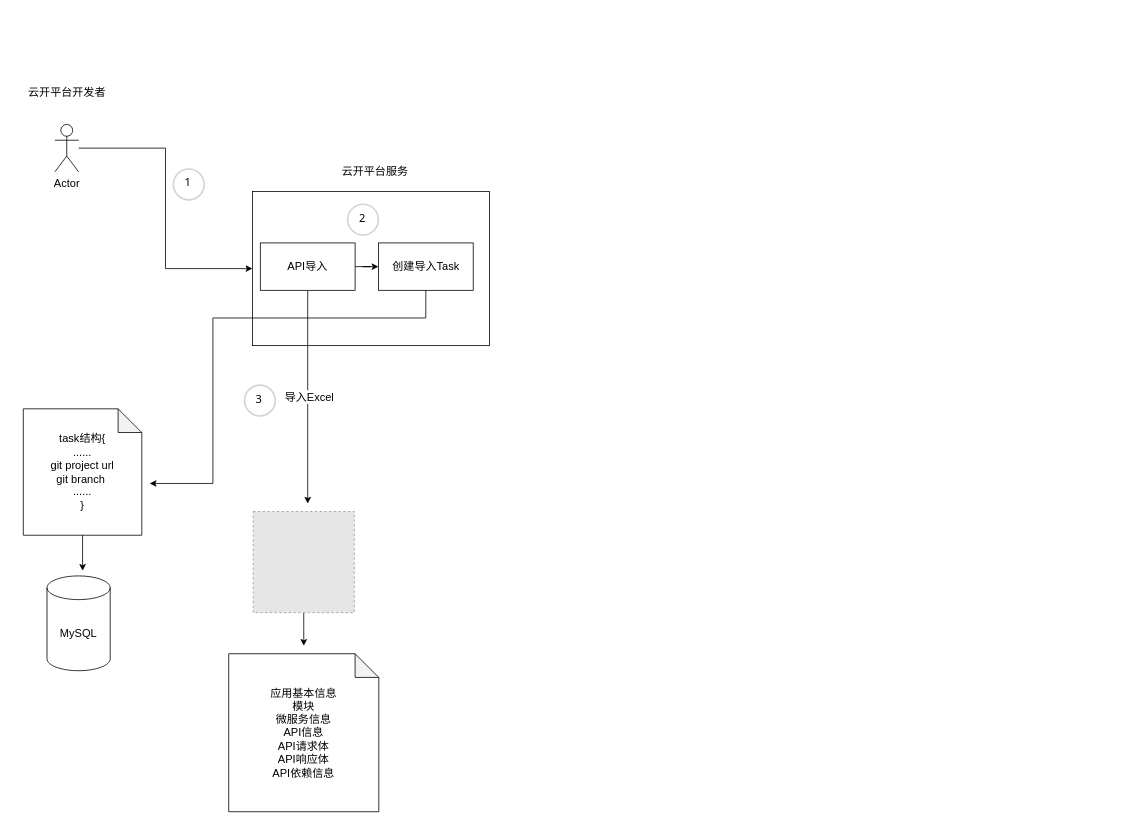
Earlier version of the draw.io diagram 迁移工具API导入流程.drawio (strongant/android). Source tidied: cells renumbered, new cells numbered last; positions are measured from the earlier drawing's top-left corner, leaving out a move shared by most shapes. Both pictures are drawn from the tidied source at 79%, with x=0, y=0 at pixel (13, 85). Pictures stored in the file or linked from it are replaced by grey dashed boxes.
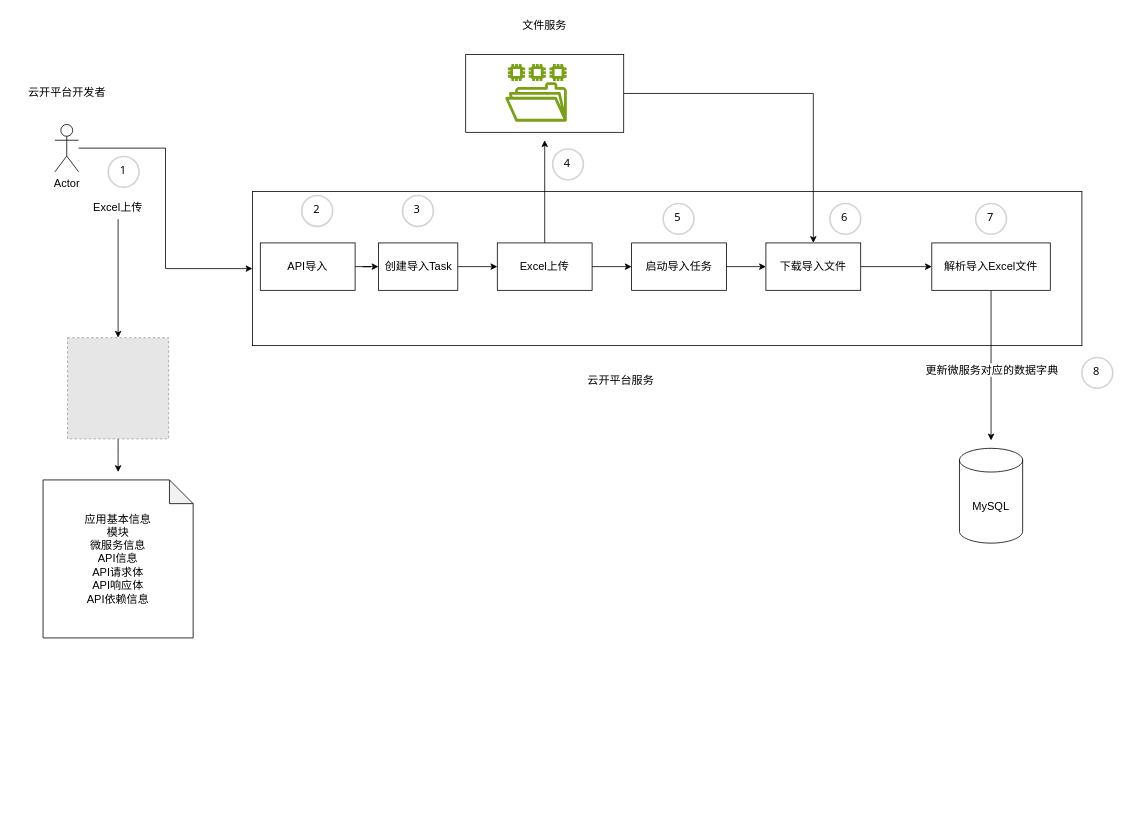
The same page after the edit.

Commit message:
Update 迁移工具API导入流程.drawio

The change refers to these unchanged cells:
```xml
<mxCell id="11" value="API导入" style="rounded=0;whiteSpace=wrap;html=1;fontSize=14;" parent="1" vertex="1">
  <mxGeometry x="312" y="200" width="120" height="60" as="geometry" />
</mxCell>
```

Change to the diagram source:
```diff
@@
     <mxCell id="2" style="rounded=0;whiteSpace=wrap;html=1;fontSize=14;" parent="1" vertex="1">
-      <mxGeometry x="302" y="135" width="300" height="195" as="geometry" />
+      <mxGeometry x="302" y="135" width="1050" height="195" as="geometry" />
     </mxCell>
     <mxCell id="3" value="云开平台服务" style="text;html=1;align=center;verticalAlign=middle;whiteSpace=wrap;rounded=0;fontSize=14;" parent="1" vertex="1">
-      <mxGeometry x="364.5" y="100" width="185" height="20" as="geometry" />
+      <mxGeometry x="676" y="364" width="185" height="20" as="geometry" />
     </mxCell>
@@
-    <mxCell id="7" value="task结构{&lt;div style=&quot;font-size: 14px;&quot;&gt;......&lt;br style=&quot;font-size: 14px;&quot;&gt;&lt;div style=&quot;font-size: 14px;&quot;&gt;git project url&lt;/div&gt;&lt;div style=&quot;font-size: 14px;&quot;&gt;git branch&amp;nbsp;&lt;/div&gt;&lt;div style=&quot;font-size: 14px;&quot;&gt;......&lt;/div&gt;&lt;div style=&quot;font-size: 14px;&quot;&gt;&lt;span style=&quot;background-color: initial; font-size: 14px;&quot;&gt;}&lt;/span&gt;&lt;br style=&quot;font-size: 14px;&quot;&gt;&lt;/div&gt;&lt;/div&gt;" style="shape=note;whiteSpace=wrap;html=1;backgroundOutline=1;darkOpacity=0.05;fontSize=14;" parent="1" vertex="1">
-      <mxGeometry x="12" y="410" width="150" height="160" as="geometry" />
-    </mxCell>
-    <mxCell id="8" style="edgeStyle=orthogonalEdgeStyle;rounded=0;jettySize=auto;html=1;" parent="1" edge="1" source="11" target="20">
+    <mxCell id="8" style="edgeStyle=orthogonalEdgeStyle;rounded=0;jettySize=auto;html=1;fontSize=14;" parent="1" edge="1" source="11" target="20">
       <mxGeometry relative="1" as="geometry" />
     </mxCell>
-    <mxCell id="9" style="edgeStyle=orthogonalEdgeStyle;rounded=0;jettySize=auto;html=1;" parent="1" edge="1" source="11">
-      <mxGeometry relative="1" as="geometry">
-        <mxPoint x="372" y="530" as="targetPoint" />
-      </mxGeometry>
-    </mxCell>
-    <mxCell id="10" value="&amp;nbsp;导入Excel" style="edgeLabel;html=1;align=center;verticalAlign=middle;fontSize=14;" parent="9" vertex="1">
-      <mxGeometry x="-0.01" y="-1" relative="1" as="geometry" />
-    </mxCell>
@@
-    <mxCell id="12" style="edgeStyle=orthogonalEdgeStyle;rounded=0;jettySize=auto;html=1;" parent="1" edge="1" source="13">
+    <mxCell id="12" style="edgeStyle=orthogonalEdgeStyle;rounded=0;jettySize=auto;html=1;fontSize=14;" parent="1" edge="1" source="13">
       <mxGeometry relative="1" as="geometry">
-        <mxPoint x="367" y="710" as="targetPoint" />
+        <mxPoint x="132" y="490" as="targetPoint" />
       </mxGeometry>
     </mxCell>
     <mxCell id="13" style="fillColor=#E6E6E6;strokeColor=#999999;dashed=1;html=1;verticalAlign=top;verticalLabelPosition=bottom;labelBackgroundColor=#ffffff;fontSize=14;" parent="1" vertex="1">
-      <mxGeometry x="303" y="540" width="128" height="128" as="geometry" />
+      <mxGeometry x="68" y="320" width="128" height="128" as="geometry" />
     </mxCell>
     <mxCell id="14" value="应用基本信息&lt;div style=&quot;font-size: 14px;&quot;&gt;模块&lt;/div&gt;&lt;div style=&quot;font-size: 14px;&quot;&gt;微服务信息&lt;/div&gt;&lt;div style=&quot;font-size: 14px;&quot;&gt;API信息&lt;/div&gt;&lt;div style=&quot;font-size: 14px;&quot;&gt;API请求体&lt;br style=&quot;font-size: 14px;&quot;&gt;API响应体&lt;br style=&quot;font-size: 14px;&quot;&gt;API依赖信息&lt;/div&gt;" style="shape=note;whiteSpace=wrap;html=1;backgroundOutline=1;darkOpacity=0.05;fontSize=14;" parent="1" vertex="1">
-      <mxGeometry x="272" y="720" width="190" height="200" as="geometry" />
+      <mxGeometry x="37" y="500" width="190" height="200" as="geometry" />
     </mxCell>
     <mxCell id="15" value="1" style="ellipse;whiteSpace=wrap;html=1;strokeWidth=2;fontFamily=Tahoma;spacingBottom=4;spacingRight=2;strokeColor=#d3d3d3;fontSize=14;" parent="1" vertex="1">
-      <mxGeometry x="202" y="106.5" width="39" height="39" as="geometry" />
+      <mxGeometry x="119.5" y="90.5" width="39" height="39" as="geometry" />
     </mxCell>
     <mxCell id="16" value="2" style="ellipse;whiteSpace=wrap;html=1;strokeWidth=2;fontFamily=Tahoma;spacingBottom=4;spacingRight=2;strokeColor=#d3d3d3;fontSize=14;" parent="1" vertex="1">
-      <mxGeometry x="422.5" y="151" width="39" height="39" as="geometry" />
+      <mxGeometry x="364.5" y="140" width="39" height="39" as="geometry" />
     </mxCell>
+    <mxCell id="18" value="MySQL" style="shape=cylinder3;whiteSpace=wrap;html=1;boundedLbl=1;backgroundOutline=1;size=15;fontSize=14;" parent="1" vertex="1">
+      <mxGeometry x="1197" y="460" width="80" height="120" as="geometry" />
+    </mxCell>
+    <mxCell id="22" style="edgeStyle=orthogonalEdgeStyle;rounded=0;jettySize=auto;html=1;fontSize=14;" parent="1" edge="1" source="20" target="27">
+      <mxGeometry relative="1" as="geometry" />
+    </mxCell>
+    <mxCell id="20" value="创建导入Task" style="rounded=0;whiteSpace=wrap;html=1;fontSize=14;" parent="1" vertex="1">
+      <mxGeometry x="461.5" y="200" width="100.5" height="60" as="geometry" />
+    </mxCell>
+    <mxCell id="23" style="edgeStyle=orthogonalEdgeStyle;rounded=0;jettySize=auto;html=1;entryX=0.5;entryY=0;entryDx=0;entryDy=0;fontSize=14;" parent="1" edge="1" source="24" target="13">
+      <mxGeometry relative="1" as="geometry" />
+    </mxCell>
+    <mxCell id="24" value="Excel上传" style="text;html=1;align=center;verticalAlign=middle;whiteSpace=wrap;rounded=0;fontSize=14;" parent="1" vertex="1">
+      <mxGeometry x="92" y="140" width="80" height="30" as="geometry" />
+    </mxCell>
+    <mxCell id="25" style="edgeStyle=orthogonalEdgeStyle;rounded=0;jettySize=auto;html=1;fontSize=14;" parent="1" edge="1" source="27">
+      <mxGeometry relative="1" as="geometry">
+        <mxPoint x="672" y="70" as="targetPoint" />
+      </mxGeometry>
+    </mxCell>
+    <mxCell id="26" style="edgeStyle=orthogonalEdgeStyle;rounded=0;jettySize=auto;html=1;fontSize=14;" parent="1" edge="1" source="27" target="33">
+      <mxGeometry relative="1" as="geometry" />
+    </mxCell>
+    <mxCell id="27" value="Excel上传" style="rounded=0;whiteSpace=wrap;html=1;fontSize=14;" parent="1" vertex="1">
+      <mxGeometry x="612" y="200" width="120" height="60" as="geometry" />
+    </mxCell>
+    <mxCell id="28" value="文件服务" style="text;html=1;align=center;verticalAlign=middle;whiteSpace=wrap;rounded=0;fontSize=14;" parent="1" vertex="1">
+      <mxGeometry x="642" y="-90" width="60" height="30" as="geometry" />
+    </mxCell>
+    <mxCell id="29" style="edgeStyle=orthogonalEdgeStyle;rounded=0;jettySize=auto;html=1;entryX=0.5;entryY=0;entryDx=0;entryDy=0;fontSize=14;" parent="1" edge="1" source="30" target="35">
+      <mxGeometry relative="1" as="geometry" />
+    </mxCell>
+    <mxCell id="30" style="rounded=0;whiteSpace=wrap;html=1;fontSize=14;" parent="1" vertex="1">
+      <mxGeometry x="572" y="-38.5" width="200" height="98.5" as="geometry" />
+    </mxCell>
+    <mxCell id="31" style="sketch=0;fontColor=#232F3E;gradientColor=none;fillColor=#7AA116;strokeColor=none;dashed=0;verticalLabelPosition=bottom;verticalAlign=top;align=center;html=1;fontSize=14;fontStyle=0;shape=mxgraph.aws4.file_system;" parent="1" vertex="1">
+      <mxGeometry x="622" y="-26.5" width="78" height="73" as="geometry" />
+    </mxCell>
+    <mxCell id="32" style="edgeStyle=orthogonalEdgeStyle;rounded=0;jettySize=auto;html=1;fontSize=14;" parent="1" edge="1" source="33" target="35">
+      <mxGeometry relative="1" as="geometry" />
+    </mxCell>
+    <mxCell id="33" value="启动导入任务" style="rounded=0;whiteSpace=wrap;html=1;fontSize=14;" parent="1" vertex="1">
+      <mxGeometry x="782" y="200" width="120" height="60" as="geometry" />
+    </mxCell>
+    <mxCell id="34" style="edgeStyle=orthogonalEdgeStyle;rounded=0;jettySize=auto;html=1;fontSize=14;" parent="1" edge="1" source="35" target="38">
+      <mxGeometry relative="1" as="geometry" />
+    </mxCell>
+    <mxCell id="35" value="下载导入文件" style="rounded=0;whiteSpace=wrap;html=1;fontSize=14;" parent="1" vertex="1">
+      <mxGeometry x="952" y="200" width="120" height="60" as="geometry" />
+    </mxCell>
+    <mxCell id="36" style="edgeStyle=orthogonalEdgeStyle;rounded=0;jettySize=auto;html=1;fontSize=14;" parent="1" edge="1" source="38">
+      <mxGeometry relative="1" as="geometry">
+        <mxPoint x="1237" y="450" as="targetPoint" />
+      </mxGeometry>
+    </mxCell>
+    <mxCell id="37" value="更新微服务对应的数据字典" style="edgeLabel;html=1;align=center;verticalAlign=middle;fontSize=14;" parent="36" vertex="1">
+      <mxGeometry x="-0.06" y="-3" relative="1" as="geometry">
+        <mxPoint x="3" y="10" as="offset" />
+      </mxGeometry>
+    </mxCell>
+    <mxCell id="38" value="解析导入Excel文件" style="rounded=0;whiteSpace=wrap;html=1;fontSize=14;" parent="1" vertex="1">
+      <mxGeometry x="1162" y="200" width="150" height="60" as="geometry" />
+    </mxCell>
     <mxCell id="17" value="3" style="ellipse;whiteSpace=wrap;html=1;strokeWidth=2;fontFamily=Tahoma;spacingBottom=4;spacingRight=2;strokeColor=#d3d3d3;fontSize=14;" parent="1" vertex="1">
-      <mxGeometry x="292" y="380" width="39" height="39" as="geometry" />
+      <mxGeometry x="492" y="140" width="39" height="39" as="geometry" />
     </mxCell>
-    <mxCell id="18" value="MySQL" style="shape=cylinder3;whiteSpace=wrap;html=1;boundedLbl=1;backgroundOutline=1;size=15;fontSize=14;" parent="1" vertex="1">
-      <mxGeometry x="42" y="621.5" width="80" height="120" as="geometry" />
-    </mxCell>
-    <mxCell id="19" style="edgeStyle=orthogonalEdgeStyle;rounded=0;jettySize=auto;html=1;entryX=0.563;entryY=-0.054;entryDx=0;entryDy=0;entryPerimeter=0;" parent="1" edge="1" source="7" target="18">
-      <mxGeometry relative="1" as="geometry" />
-    </mxCell>
-    <mxCell id="20" value="创建导入Task" style="rounded=0;whiteSpace=wrap;html=1;fontSize=14;" parent="1" vertex="1">
-      <mxGeometry x="461.5" y="200" width="120" height="60" as="geometry" />
-    </mxCell>
-    <mxCell id="21" style="edgeStyle=orthogonalEdgeStyle;rounded=0;jettySize=auto;html=1;entryX=1;entryY=0.5;entryDx=0;entryDy=0;entryPerimeter=0;exitX=0.5;exitY=1;exitDx=0;exitDy=0;" parent="1" edge="1" source="20">
-      <mxGeometry relative="1" as="geometry">
-        <mxPoint x="172" y="504.5" as="targetPoint" />
-        <Array as="points">
-          <mxPoint x="522" y="295" />
-          <mxPoint x="252" y="295" />
-          <mxPoint x="252" y="505" />
-        </Array>
-      </mxGeometry>
-    </mxCell>
+    <mxCell id="39" value="4" style="ellipse;whiteSpace=wrap;html=1;strokeWidth=2;fontFamily=Tahoma;spacingBottom=4;spacingRight=2;strokeColor=#d3d3d3;fontSize=14;" parent="1" vertex="1">
+      <mxGeometry x="682" y="81" width="39" height="39" as="geometry" />
+    </mxCell>
+    <mxCell id="40" value="5" style="ellipse;whiteSpace=wrap;html=1;strokeWidth=2;fontFamily=Tahoma;spacingBottom=4;spacingRight=2;strokeColor=#d3d3d3;fontSize=14;" parent="1" vertex="1">
+      <mxGeometry x="822" y="150" width="39" height="39" as="geometry" />
+    </mxCell>
+    <mxCell id="41" value="6" style="ellipse;whiteSpace=wrap;html=1;strokeWidth=2;fontFamily=Tahoma;spacingBottom=4;spacingRight=2;strokeColor=#d3d3d3;fontSize=14;" parent="1" vertex="1">
+      <mxGeometry x="1033" y="150" width="39" height="39" as="geometry" />
+    </mxCell>
+    <mxCell id="42" value="7" style="ellipse;whiteSpace=wrap;html=1;strokeWidth=2;fontFamily=Tahoma;spacingBottom=4;spacingRight=2;strokeColor=#d3d3d3;fontSize=14;" parent="1" vertex="1">
+      <mxGeometry x="1217.5" y="150" width="39" height="39" as="geometry" />
+    </mxCell>
+    <mxCell id="43" value="8" style="ellipse;whiteSpace=wrap;html=1;strokeWidth=2;fontFamily=Tahoma;spacingBottom=4;spacingRight=2;strokeColor=#d3d3d3;fontSize=14;" parent="1" vertex="1">
+      <mxGeometry x="1352" y="345" width="39" height="39" as="geometry" />
+    </mxCell>
```
